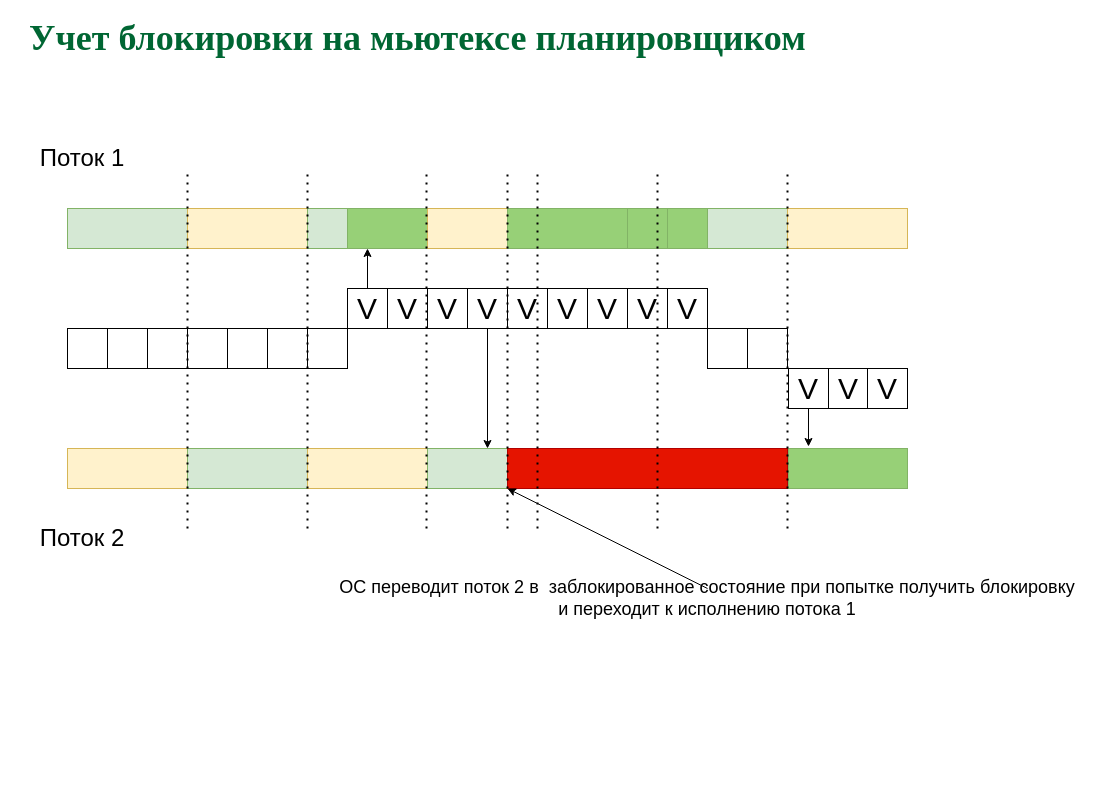
Before: page "Mutex - queue" (6 of 18) of slides/sync.drawio in 77maxikov/os_course, a draw.io diagram. Source tidied: cells renumbered, new cells numbered last; positions are measured from the earlier drawing's top-left corner, leaving out a move shared by most shapes. Both pictures are drawn from the tidied source at 100%, with x=0, y=0 at pixel (17, 28).
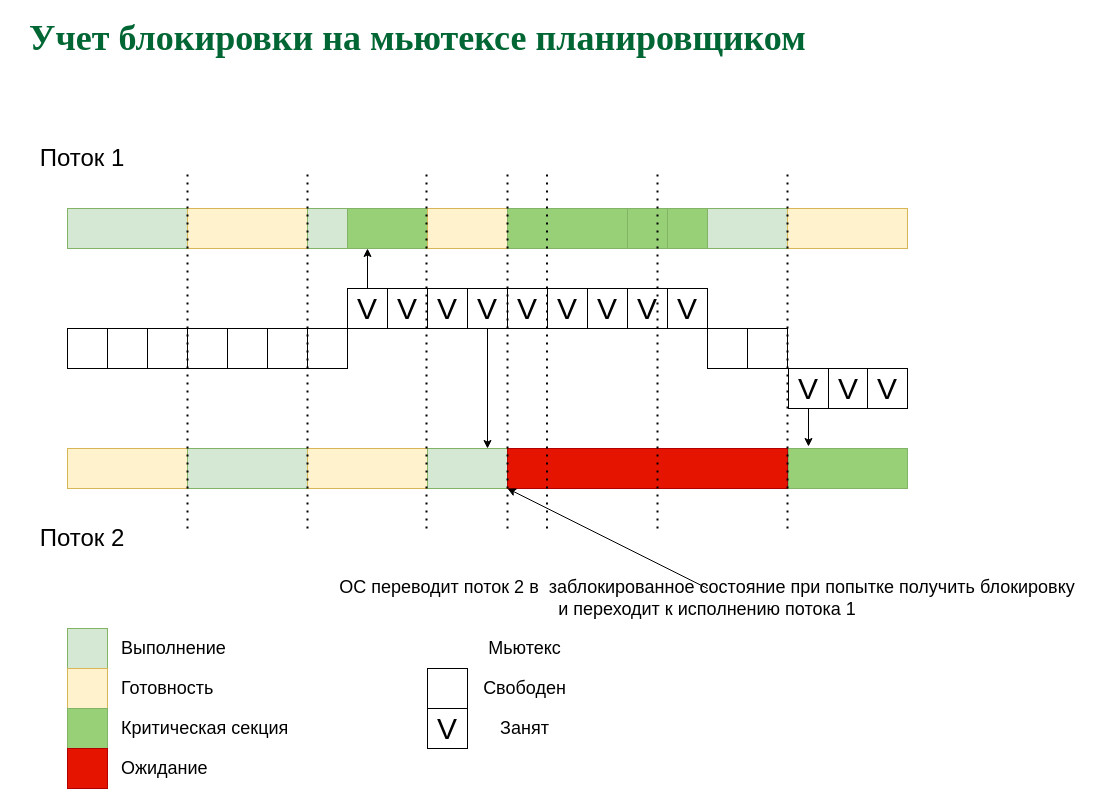
Above is the later version.

The edit, as a diff of the source:
```diff
@@
     <mxCell id="50" style="endArrow=none;dashed=1;html=1;dashPattern=1 3;strokeWidth=2;" parent="1" edge="1">
       <mxGeometry relative="1" as="geometry">
-        <mxPoint x="520" y="500" as="sourcePoint" />
-        <mxPoint x="520" y="140" as="targetPoint" />
+        <mxPoint x="529.5" y="500" as="sourcePoint" />
+        <mxPoint x="529.5" y="140" as="targetPoint" />
       </mxGeometry>
     </mxCell>
@@
+    <mxCell id="54" style="rounded=0;whiteSpace=wrap;html=1;fillColor=#d5e8d4;strokeColor=#82b366;" parent="1" vertex="1">
+      <mxGeometry x="50" y="600" width="40" height="40" as="geometry" />
+    </mxCell>
+    <mxCell id="55" value="&lt;font color=&quot;#000000&quot;&gt;&lt;span style=&quot;font-size: 18px&quot;&gt;Выполнение&lt;/span&gt;&lt;/font&gt;" style="text;html=1;strokeColor=none;fillColor=none;align=left;verticalAlign=middle;whiteSpace=wrap;rounded=0;fontColor=#006633;" parent="1" vertex="1">
+      <mxGeometry x="102" y="610" width="115" height="20" as="geometry" />
+    </mxCell>
+    <mxCell id="56" style="rounded=0;whiteSpace=wrap;html=1;fillColor=#fff2cc;strokeColor=#d6b656;" parent="1" vertex="1">
+      <mxGeometry x="50" y="640" width="40" height="40" as="geometry" />
+    </mxCell>
+    <mxCell id="57" value="&lt;font color=&quot;#000000&quot;&gt;&lt;span style=&quot;font-size: 18px&quot;&gt;Готовность&lt;/span&gt;&lt;/font&gt;" style="text;html=1;strokeColor=none;fillColor=none;align=left;verticalAlign=middle;whiteSpace=wrap;rounded=0;fontColor=#006633;" parent="1" vertex="1">
+      <mxGeometry x="102" y="650" width="115" height="20" as="geometry" />
+    </mxCell>
+    <mxCell id="58" style="rounded=0;whiteSpace=wrap;html=1;strokeColor=#82b366;fillColor=#97D077;" parent="1" vertex="1">
+      <mxGeometry x="50" y="680" width="40" height="40" as="geometry" />
+    </mxCell>
+    <mxCell id="59" value="&lt;font color=&quot;#000000&quot;&gt;&lt;span style=&quot;font-size: 18px&quot;&gt;Критическая секция&lt;/span&gt;&lt;/font&gt;" style="text;html=1;strokeColor=none;fillColor=none;align=left;verticalAlign=middle;whiteSpace=wrap;rounded=0;fontColor=#006633;" parent="1" vertex="1">
+      <mxGeometry x="102" y="690" width="185" height="20" as="geometry" />
+    </mxCell>
+    <mxCell id="60" style="whiteSpace=wrap;html=1;" parent="1" vertex="1">
+      <mxGeometry x="410" y="640" width="40" height="40" as="geometry" />
+    </mxCell>
+    <mxCell id="61" value="&lt;font color=&quot;#000000&quot;&gt;&lt;span style=&quot;font-size: 18px&quot;&gt;Свободен&lt;/span&gt;&lt;/font&gt;" style="text;html=1;strokeColor=none;fillColor=none;align=center;verticalAlign=middle;whiteSpace=wrap;rounded=0;fontColor=#006633;" parent="1" vertex="1">
+      <mxGeometry x="450" y="650" width="115" height="20" as="geometry" />
+    </mxCell>
+    <mxCell id="62" value="&lt;font color=&quot;#000000&quot;&gt;&lt;span style=&quot;font-size: 18px&quot;&gt;Занят&lt;/span&gt;&lt;/font&gt;" style="text;html=1;strokeColor=none;fillColor=none;align=center;verticalAlign=middle;whiteSpace=wrap;rounded=0;fontColor=#006633;" parent="1" vertex="1">
+      <mxGeometry x="450" y="690" width="115" height="20" as="geometry" />
+    </mxCell>
+    <mxCell id="63" value="&lt;font style=&quot;font-size: 30px&quot;&gt;V&lt;/font&gt;" style="whiteSpace=wrap;html=1;" parent="1" vertex="1">
+      <mxGeometry x="410" y="680" width="40" height="40" as="geometry" />
+    </mxCell>
+    <mxCell id="64" value="&lt;font color=&quot;#000000&quot;&gt;&lt;span style=&quot;font-size: 18px&quot;&gt;Мьютекс&lt;/span&gt;&lt;/font&gt;" style="text;html=1;strokeColor=none;fillColor=none;align=center;verticalAlign=middle;whiteSpace=wrap;rounded=0;fontColor=#006633;" parent="1" vertex="1">
+      <mxGeometry x="450" y="610" width="115" height="20" as="geometry" />
+    </mxCell>
+    <mxCell id="65" style="rounded=0;whiteSpace=wrap;html=1;fillColor=#e51400;strokeColor=#B20000;fontColor=#ffffff;" parent="1" vertex="1">
+      <mxGeometry x="50" y="720" width="40" height="40" as="geometry" />
+    </mxCell>
+    <mxCell id="66" value="&lt;font color=&quot;#000000&quot;&gt;&lt;span style=&quot;font-size: 18px&quot;&gt;Ожидание&lt;/span&gt;&lt;/font&gt;" style="text;html=1;strokeColor=none;fillColor=none;align=left;verticalAlign=middle;whiteSpace=wrap;rounded=0;fontColor=#006633;" parent="1" vertex="1">
+      <mxGeometry x="102" y="730" width="185" height="20" as="geometry" />
+    </mxCell>
```
